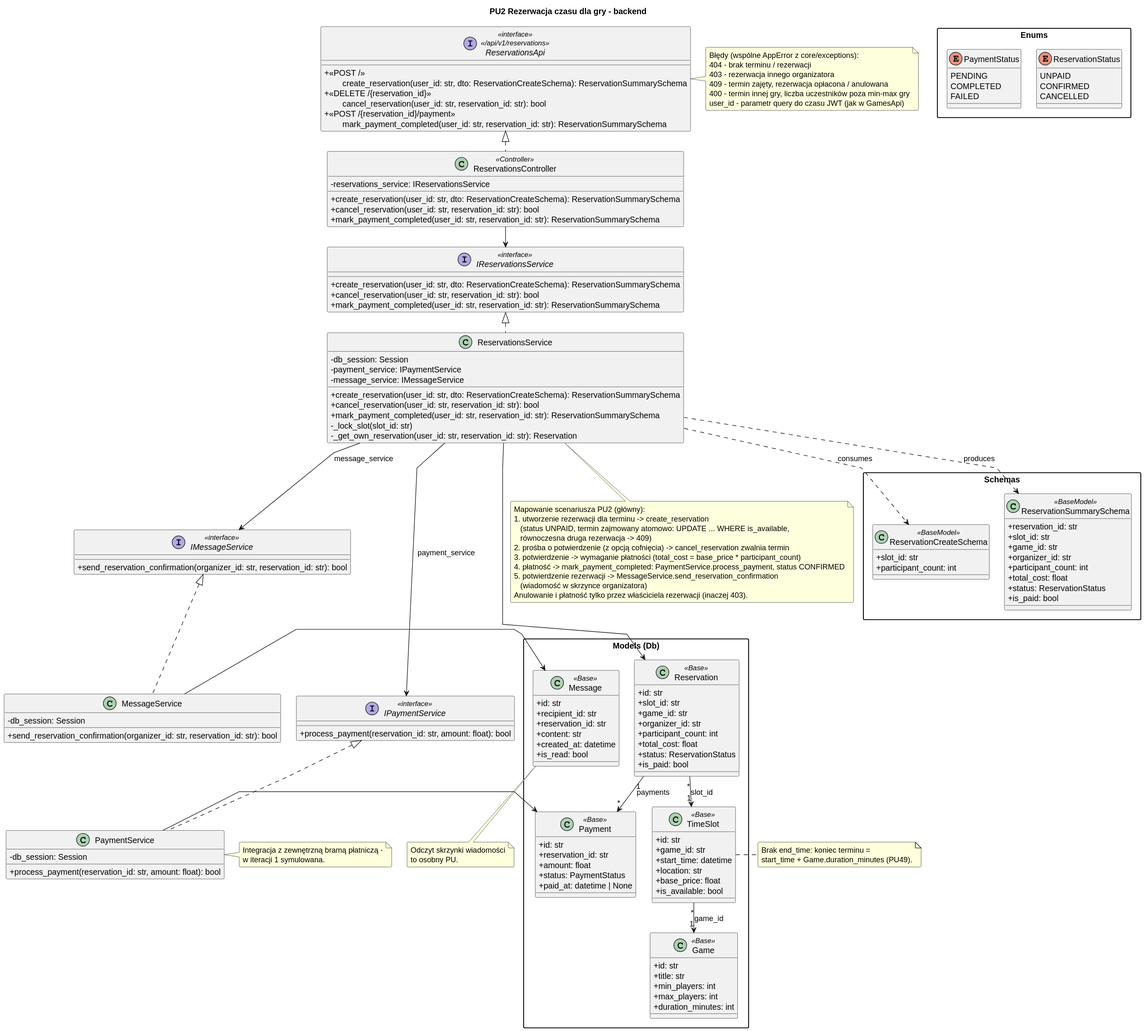
Earlier version of the PlantUML export diagrams/backend/rendered/reservation.svg (Igor-Ochocki/POP-2026Z).
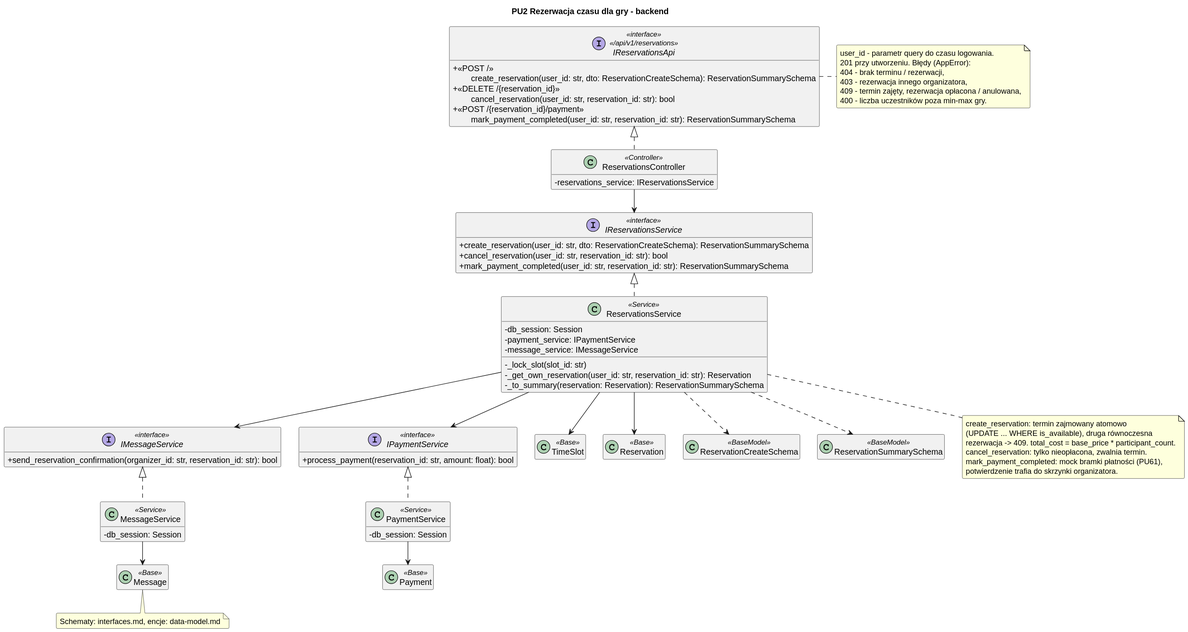
Later version of the same file.

Diff of the diagram source:
```diff
@@ -3,13 +3,14 @@
 skinparam packageStyle rectangle
 skinparam shadowing false
 skinparam roundcorner 4
-skinparam nodesep 26
-skinparam ranksep 34
 skinparam linetype polyline
+skinparam nodesep 30
+skinparam ranksep 40
+hide empty members
 
 title PU2 Rezerwacja czasu dla gry - backend
 
-interface ReservationsApi <<interface>>\n<< /api/v1/reservations >> {
+interface IReservationsApi <<interface>>\n<< /api/v1/reservations >> {
     + <<POST / >>\n\tcreate_reservation(user_id: str, dto: ReservationCreateSchema): ReservationSummarySchema
     + <<DELETE /{reservation_id} >>\n\tcancel_reservation(user_id: str, reservation_id: str): bool
     + <<POST /{reservation_id}/payment >>\n\tmark_payment_completed(user_id: str, reservation_id: str): ReservationSummarySchema
@@ -17,9 +18,6 @@
 
 class ReservationsController <<Controller>> {
     - reservations_service: IReservationsService
-    + create_reservation(user_id: str, dto: ReservationCreateSchema): ReservationSummarySchema
-    + cancel_reservation(user_id: str, reservation_id: str): bool
-    + mark_payment_completed(user_id: str, reservation_id: str): ReservationSummarySchema
 }
 
 interface IReservationsService <<interface>> {
@@ -28,168 +26,71 @@
     + mark_payment_completed(user_id: str, reservation_id: str): ReservationSummarySchema
 }
 
-class ReservationsService {
+class ReservationsService <<Service>> {
     - db_session: Session
     - payment_service: IPaymentService
     - message_service: IMessageService
-    + create_reservation(user_id: str, dto: ReservationCreateSchema): ReservationSummarySchema
-    + cancel_reservation(user_id: str, reservation_id: str): bool
-    + mark_payment_completed(user_id: str, reservation_id: str): ReservationSummarySchema
     - _lock_slot(slot_id: str)
     - _get_own_reservation(user_id: str, reservation_id: str): Reservation
+    - _to_summary(reservation: Reservation): ReservationSummarySchema
 }
 
 interface IPaymentService <<interface>> {
     + process_payment(reservation_id: str, amount: float): bool
 }
 
-class PaymentService {
+class PaymentService <<Service>> {
     - db_session: Session
-    + process_payment(reservation_id: str, amount: float): bool
 }
 
 interface IMessageService <<interface>> {
     + send_reservation_confirmation(organizer_id: str, reservation_id: str): bool
 }
 
-class MessageService {
+class MessageService <<Service>> {
     - db_session: Session
-    + send_reservation_confirmation(organizer_id: str, reservation_id: str): bool
 }
 
-package "Schemas" {
-    class ReservationCreateSchema <<BaseModel>> {
-        + slot_id: str
-        + participant_count: int
-    }
+class TimeSlot <<Base>>
+class Reservation <<Base>>
+class Payment <<Base>>
+class Message <<Base>>
+class ReservationCreateSchema <<BaseModel>>
+class ReservationSummarySchema <<BaseModel>>
 
-    class ReservationSummarySchema <<BaseModel>> {
-        + reservation_id: str
-        + slot_id: str
-        + game_id: str
-        + organizer_id: str
-        + participant_count: int
-        + total_cost: float
-        + status: ReservationStatus
-        + is_paid: bool
-    }
-}
+ReservationsController .u.|> IReservationsApi
+ReservationsController --> IReservationsService
+ReservationsService .u.|> IReservationsService
+ReservationsService --> IPaymentService
+ReservationsService --> IMessageService
+PaymentService .u.|> IPaymentService
+MessageService .u.|> IMessageService
+ReservationsService --> TimeSlot
+ReservationsService --> Reservation
+PaymentService --> Payment
+MessageService --> Message
+ReservationsService ..> ReservationCreateSchema
+ReservationsService ..> ReservationSummarySchema
 
-package "Models (Db)" as models {
-    class Reservation <<Base>> {
-        + id: str
-        + slot_id: str
-        + game_id: str
-        + organizer_id: str
-        + participant_count: int
-        + total_cost: float
-        + status: ReservationStatus
-        + is_paid: bool
-    }
-
-    class Payment <<Base>> {
-        + id: str
-        + reservation_id: str
-        + amount: float
-        + status: PaymentStatus
-        + paid_at: datetime | None
-    }
-
-    class Message <<Base>> {
-        + id: str
-        + recipient_id: str
-        + reservation_id: str
-        + content: str
-        + created_at: datetime
-        + is_read: bool
-    }
-
-    class TimeSlot <<Base>> {
-        + id: str
-        + game_id: str
-        + start_time: datetime
-        + location: str
-        + base_price: float
-        + is_available: bool
-    }
-
-    class Game <<Base>> {
-        + id: str
-        + title: str
-        + min_players: int
-        + max_players: int
-        + duration_minutes: int
-    }
-}
-
-package "Enums" {
-    enum ReservationStatus {
-        UNPAID
-        CONFIRMED
-        CANCELLED
-    }
-
-    enum PaymentStatus {
-        PENDING
-        COMPLETED
-        FAILED
-    }
-}
-
-ReservationsController .up.|> ReservationsApi
-ReservationsController --> IReservationsService
-
-ReservationsService .up.|> IReservationsService
-ReservationsService --> IPaymentService : payment_service
-ReservationsService --> IMessageService : message_service
-
-PaymentService .up.|> IPaymentService
-PaymentService -right-> Payment
-MessageService .up.|> IMessageService
-MessageService -right-> Message
-
-ReservationsService -right-> Reservation
-ReservationsService ..> ReservationCreateSchema : consumes
-ReservationsService ..> ReservationSummarySchema : produces
-
-Reservation "*" --> "1" TimeSlot : slot_id
-Reservation "1" --> "*" Payment : payments
-TimeSlot "*" --> "1" Game : game_id
+note right of IReservationsApi
+    user_id - parametr query do czasu logowania.
+    201 przy utworzeniu. Błędy (AppError):
+    404 - brak terminu / rezerwacji,
+    403 - rezerwacja innego organizatora,
+    409 - termin zajęty, rezerwacja opłacona / anulowana,
+    400 - liczba uczestników poza min-max gry.
+end note
 
 note bottom of ReservationsService
-    Mapowanie scenariusza PU2 (główny):
-    1. utworzenie rezerwacji dla terminu -> create_reservation
-       (status UNPAID, termin zajmowany atomowo: UPDATE ... WHERE is_available,
-       równoczesna druga rezerwacja -> 409)
-    2. prośba o potwierdzenie (z opcją cofnięcia) -> cancel_reservation zwalnia termin
-    3. potwierdzenie -> wymaganie płatności (total_cost = base_price * participant_count)
-    4. płatność -> mark_payment_completed: PaymentService.process_payment, status CONFIRMED
-    5. potwierdzenie rezerwacji -> MessageService.send_reservation_confirmation
-       (wiadomość w skrzynce organizatora)
-    Anulowanie i płatność tylko przez właściciela rezerwacji (inaczej 403).
-end note
-
-note right of ReservationsApi
-    Błędy (wspólne AppError z core/exceptions):
-    404 - brak terminu / rezerwacji
-    403 - rezerwacja innego organizatora
-    409 - termin zajęty, rezerwacja opłacona / anulowana
-    400 - termin innej gry, liczba uczestników poza min-max gry
-    user_id - parametr query do czasu JWT (jak w GamesApi)
-end note
-
-note right of TimeSlot
-    Brak end_time: koniec terminu =
-    start_time + Game.duration_minutes (PU49).
-end note
-
-note right of PaymentService
-    Integracja z zewnętrzną bramą płatniczą -
-    w iteracji 1 symulowana.
+    create_reservation: termin zajmowany atomowo
+    (UPDATE ... WHERE is_available), druga równoczesna
+    rezerwacja -> 409. total_cost = base_price * participant_count.
+    cancel_reservation: tylko nieopłacona, zwalnia termin.
+    mark_payment_completed: mock bramki płatności (PU61),
+    potwierdzenie trafia do skrzynki organizatora.
 end note
 
 note bottom of Message
-    Odczyt skrzynki wiadomości
-    to osobny PU.
+    Schematy: interfaces.md, encje: data-model.md
 end note
 @enduml
```
